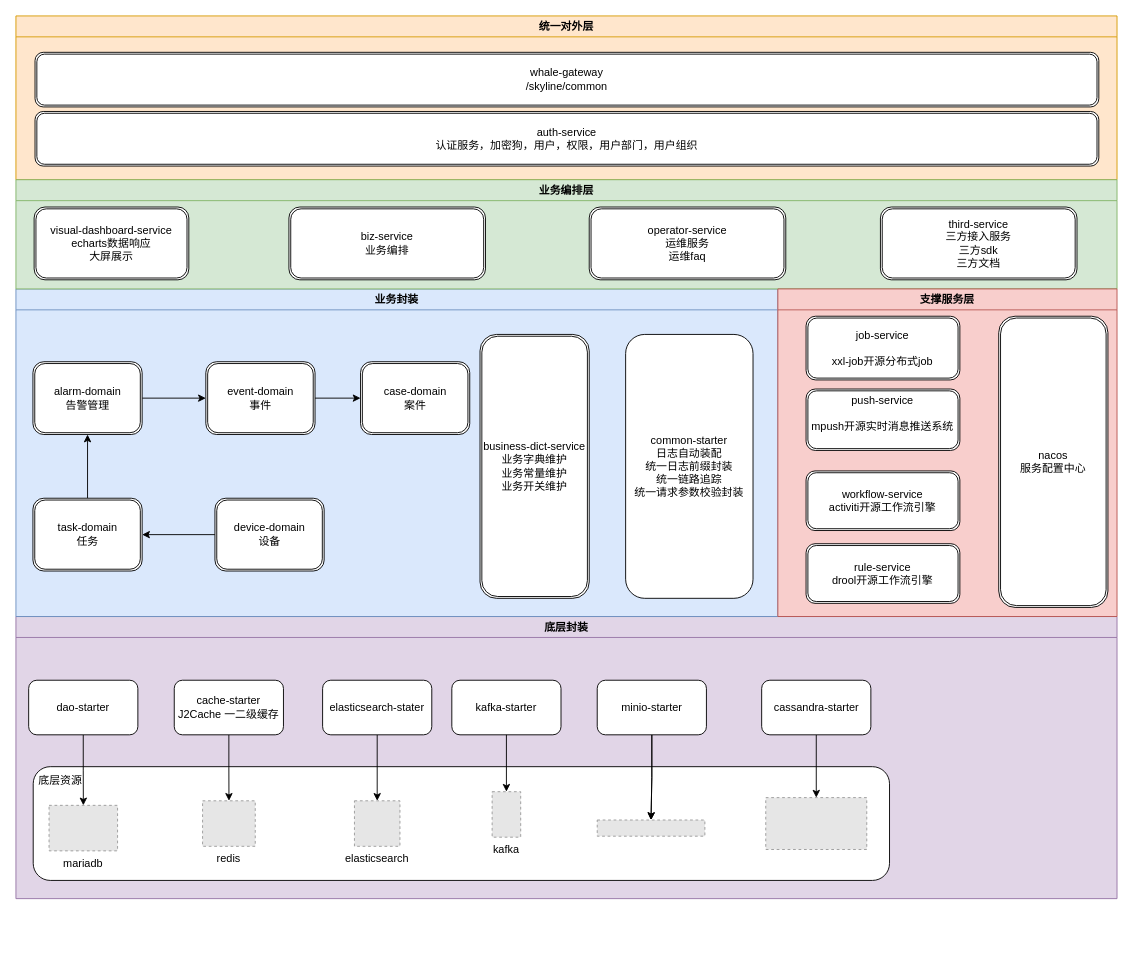
Above: sensetime/系统架构图.drawio in welloncn/drawio (draw.io), before the change. Source tidied: cells renumbered, new cells numbered last; positions are measured from the earlier drawing's top-left corner, leaving out a move shared by most shapes. Both pictures are drawn from the tidied source at 91%, with x=0, y=0 at pixel (15, 15). Pictures stored in the file or linked from it are replaced by grey dashed boxes.
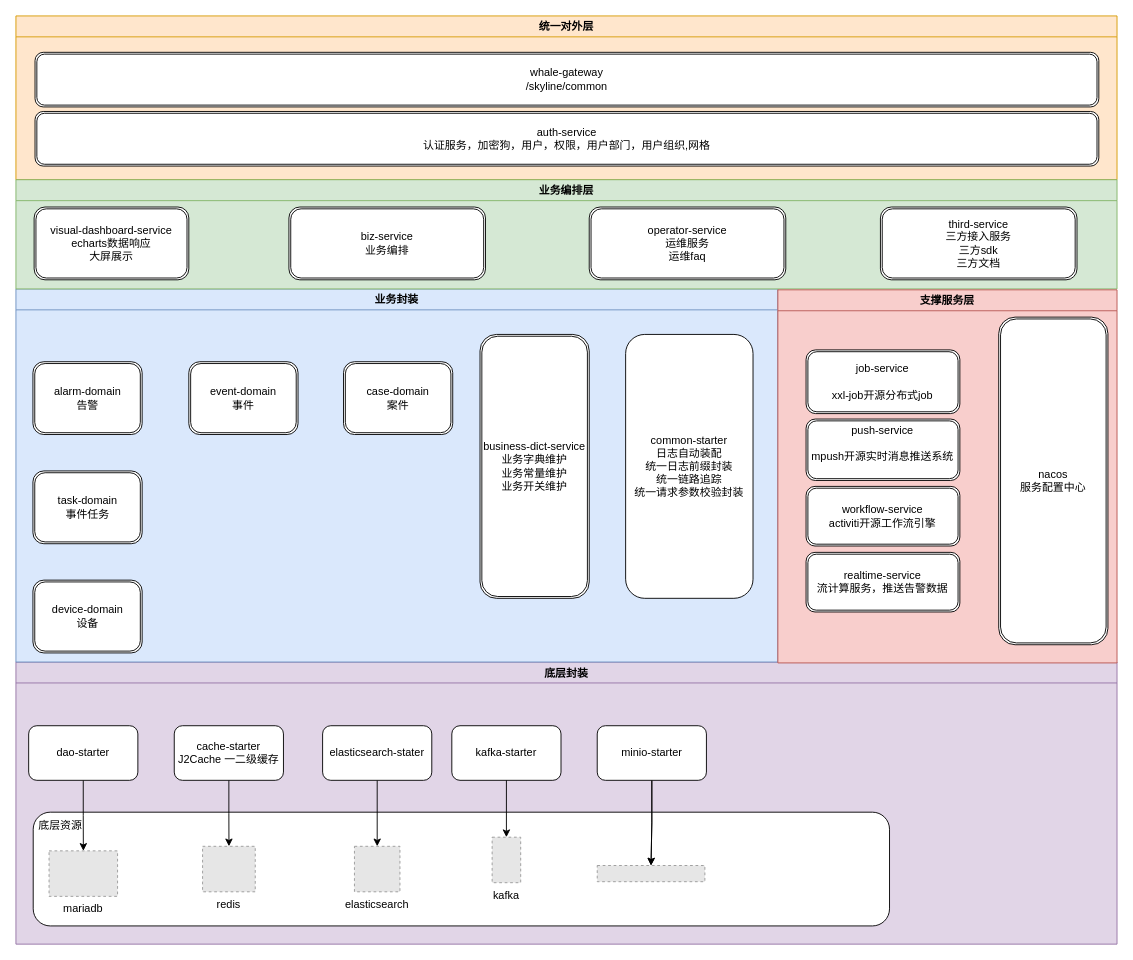
After the change.

Commit message:
更新系统架构图.drawio

Unchanged cells that the change refers to:
```xml
<mxCell id="36" value="统一对外层" style="swimlane;shadow=0;rounded=0;sketch=0;glass=0;flipV=0;flipH=0;fillColor=#ffe6cc;strokeColor=#d79b00;swimlaneFillColor=#FFE6CC;" parent="1" vertex="1">
  <mxGeometry width="1210" height="180" as="geometry" />
</mxCell>
```

The edit, as a diff of the source:
```diff
@@
     <mxCell id="2" value="底层封装" style="swimlane;fillColor=#e1d5e7;strokeColor=#9673a6;swimlaneFillColor=#E1D5E7;" parent="1" vertex="1">
-      <mxGeometry y="660" width="1210" height="310" as="geometry" />
+      <mxGeometry y="710" width="1210" height="310" as="geometry" />
     </mxCell>
@@
-    <mxCell id="21" style="fillColor=#E6E6E6;strokeColor=#999999;dashed=1;verticalLabelPosition=bottom;labelBackgroundColor=default;verticalAlign=top;" parent="2" vertex="1">
-      <mxGeometry x="824" y="199" width="111" height="57" as="geometry" />
-    </mxCell>
-    <mxCell id="22" style="edgeStyle=orthogonalEdgeStyle;rounded=0;jettySize=auto;html=1;" parent="2" edge="1" source="23" target="21">
-      <mxGeometry relative="1" as="geometry" />
-    </mxCell>
-    <mxCell id="23" value="cassandra-starter" style="rounded=1;whiteSpace=wrap;html=1;" parent="2" vertex="1">
-      <mxGeometry x="819.5" y="70" width="120" height="60" as="geometry" />
-    </mxCell>
     <mxCell id="24" value="业务封装" style="swimlane;startSize=23;swimlaneFillColor=#DAE8FC;fillColor=#dae8fc;strokeColor=#6c8ebf;" parent="1" vertex="1">
-      <mxGeometry y="300" width="837.3" height="360" as="geometry" />
+      <mxGeometry y="300" width="837.3" height="410" as="geometry" />
     </mxCell>
-    <mxCell id="25" style="edgeStyle=orthogonalEdgeStyle;rounded=0;jettySize=auto;html=1;" parent="24" edge="1" source="26" target="31">
-      <mxGeometry relative="1" as="geometry" />
-    </mxCell>
     <mxCell id="26" value="event-domain&lt;br&gt;事件" style="shape=ext;double=1;rounded=1;whiteSpace=wrap;html=1;" parent="24" vertex="1">
-      <mxGeometry x="208.7" y="80" width="120" height="80" as="geometry" />
+      <mxGeometry x="190" y="80" width="120" height="80" as="geometry" />
     </mxCell>
-    <mxCell id="27" style="edgeStyle=orthogonalEdgeStyle;rounded=0;jettySize=auto;html=1;" parent="24" edge="1" source="28" target="26">
-      <mxGeometry relative="1" as="geometry" />
-    </mxCell>
-    <mxCell id="28" value="alarm-domain&lt;br&gt;告警管理" style="shape=ext;double=1;rounded=1;whiteSpace=wrap;html=1;" parent="24" vertex="1">
+    <mxCell id="28" value="alarm-domain&lt;br&gt;告警" style="shape=ext;double=1;rounded=1;whiteSpace=wrap;html=1;" parent="24" vertex="1">
       <mxGeometry x="18.7" y="80" width="120" height="80" as="geometry" />
     </mxCell>
-    <mxCell id="29" style="edgeStyle=orthogonalEdgeStyle;rounded=0;jettySize=auto;html=1;" parent="24" edge="1" source="30" target="28">
-      <mxGeometry relative="1" as="geometry" />
-    </mxCell>
-    <mxCell id="30" value="task-domain&lt;br&gt;任务" style="shape=ext;double=1;rounded=1;whiteSpace=wrap;html=1;" parent="24" vertex="1">
-      <mxGeometry x="18.7" y="230" width="120" height="80" as="geometry" />
+    <mxCell id="30" value="task-domain&lt;br&gt;事件任务" style="shape=ext;double=1;rounded=1;whiteSpace=wrap;html=1;" parent="24" vertex="1">
+      <mxGeometry x="18.7" y="200" width="120" height="80" as="geometry" />
     </mxCell>
     <mxCell id="31" value="case-domain&lt;br&gt;案件" style="shape=ext;double=1;rounded=1;whiteSpace=wrap;html=1;" parent="24" vertex="1">
-      <mxGeometry x="378.7" y="80" width="120" height="80" as="geometry" />
+      <mxGeometry x="360" y="80" width="120" height="80" as="geometry" />
     </mxCell>
-    <mxCell id="32" style="edgeStyle=orthogonalEdgeStyle;rounded=0;jettySize=auto;html=1;" parent="24" edge="1" source="33" target="30">
-      <mxGeometry relative="1" as="geometry" />
-    </mxCell>
     <mxCell id="33" value="device-domain&lt;br&gt;设备" style="shape=ext;double=1;rounded=1;whiteSpace=wrap;html=1;" parent="24" vertex="1">
-      <mxGeometry x="218.7" y="230" width="120" height="80" as="geometry" />
+      <mxGeometry x="18.7" y="320" width="120" height="80" as="geometry" />
     </mxCell>
@@
-    <mxCell id="37" value="auth-service&lt;br&gt;认证服务，加密狗，用户，权限，用户部门，用户组织" style="shape=ext;double=1;rounded=1;whiteSpace=wrap;html=1;" parent="36" vertex="1">
+    <mxCell id="37" value="auth-service&lt;br&gt;认证服务，加密狗，用户，权限，用户部门，用户组织,网格" style="shape=ext;double=1;rounded=1;whiteSpace=wrap;html=1;" parent="36" vertex="1">
       <mxGeometry x="21" y="105" width="1169" height="60" as="geometry" />
     </mxCell>
@@
     <mxCell id="44" value="支撑服务层" style="swimlane;fillColor=#f8cecc;strokeColor=#b85450;swimlaneFillColor=#F8CECC;" parent="1" vertex="1">
-      <mxGeometry x="837.3" y="300" width="372.7" height="360" as="geometry" />
+      <mxGeometry x="837.3" y="301" width="372.7" height="410" as="geometry" />
     </mxCell>
     <mxCell id="45" value="job-service&lt;br&gt;&lt;br&gt;xxl-job开源分布式job" style="shape=ext;double=1;rounded=1;whiteSpace=wrap;html=1;" parent="44" vertex="1">
-      <mxGeometry x="31" y="30" width="169" height="70" as="geometry" />
+      <mxGeometry x="31" y="66" width="169" height="70" as="geometry" />
     </mxCell>
     <mxCell id="46" value="push-service&lt;br&gt;&lt;br&gt;&lt;div&gt;mpush开源实时消息推送系统&lt;/div&gt;&lt;div&gt;&lt;br&gt;&lt;/div&gt;" style="shape=ext;double=1;rounded=1;whiteSpace=wrap;html=1;" parent="44" vertex="1">
-      <mxGeometry x="31" y="110" width="169" height="67.5" as="geometry" />
+      <mxGeometry x="31" y="142" width="169" height="67.5" as="geometry" />
     </mxCell>
     <mxCell id="47" value="workflow-service&lt;br&gt;activiti开源工作流引擎" style="shape=ext;double=1;rounded=1;whiteSpace=wrap;html=1;" parent="44" vertex="1">
-      <mxGeometry x="31" y="200" width="169" height="65.5" as="geometry" />
+      <mxGeometry x="31" y="216" width="169" height="65.5" as="geometry" />
     </mxCell>
     <mxCell id="48" value="nacos&lt;br&gt;服务配置中心" style="shape=ext;double=1;rounded=1;whiteSpace=wrap;html=1;" parent="44" vertex="1">
-      <mxGeometry x="242.7" y="30" width="120" height="320" as="geometry" />
+      <mxGeometry x="242.7" y="30" width="120" height="360" as="geometry" />
     </mxCell>
-    <mxCell id="49" value="rule-service&lt;br&gt;drool开源工作流引擎" style="shape=ext;double=1;rounded=1;whiteSpace=wrap;html=1;" parent="44" vertex="1">
-      <mxGeometry x="31" y="280" width="169" height="65.5" as="geometry" />
-    </mxCell>
+    <mxCell id="50" value="realtime-service&lt;br&gt;流计算服务，推送告警数据" style="shape=ext;double=1;rounded=1;whiteSpace=wrap;html=1;" parent="44" vertex="1">
+      <mxGeometry x="31" y="288.5" width="169" height="65.5" as="geometry" />
+    </mxCell>
```
